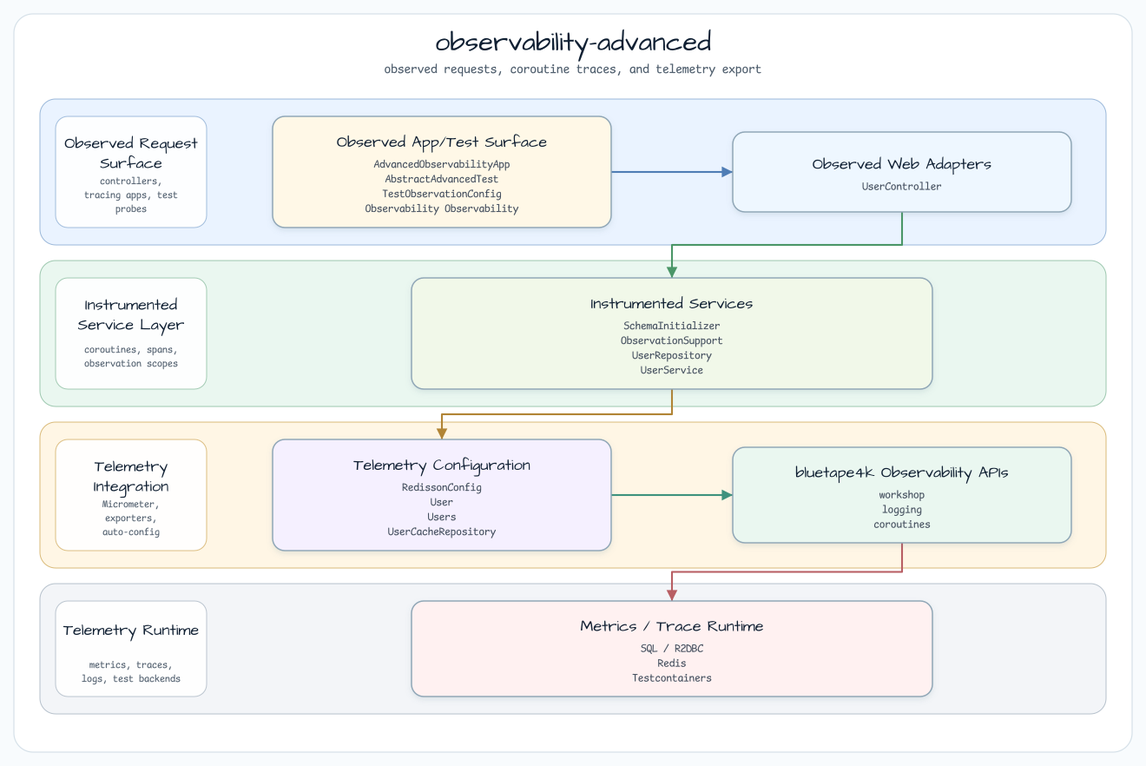
This is docs/images/readme-diagrams/observability-observability-advanced-readme-architecture-01.png from bluetape4k/bluetape4k-workshop, a Graphviz export, as it was before one commit. Its source is kept beside it as docs/images/readme-diagrams/observability-observability-advanced-readme-architecture-01.dot.
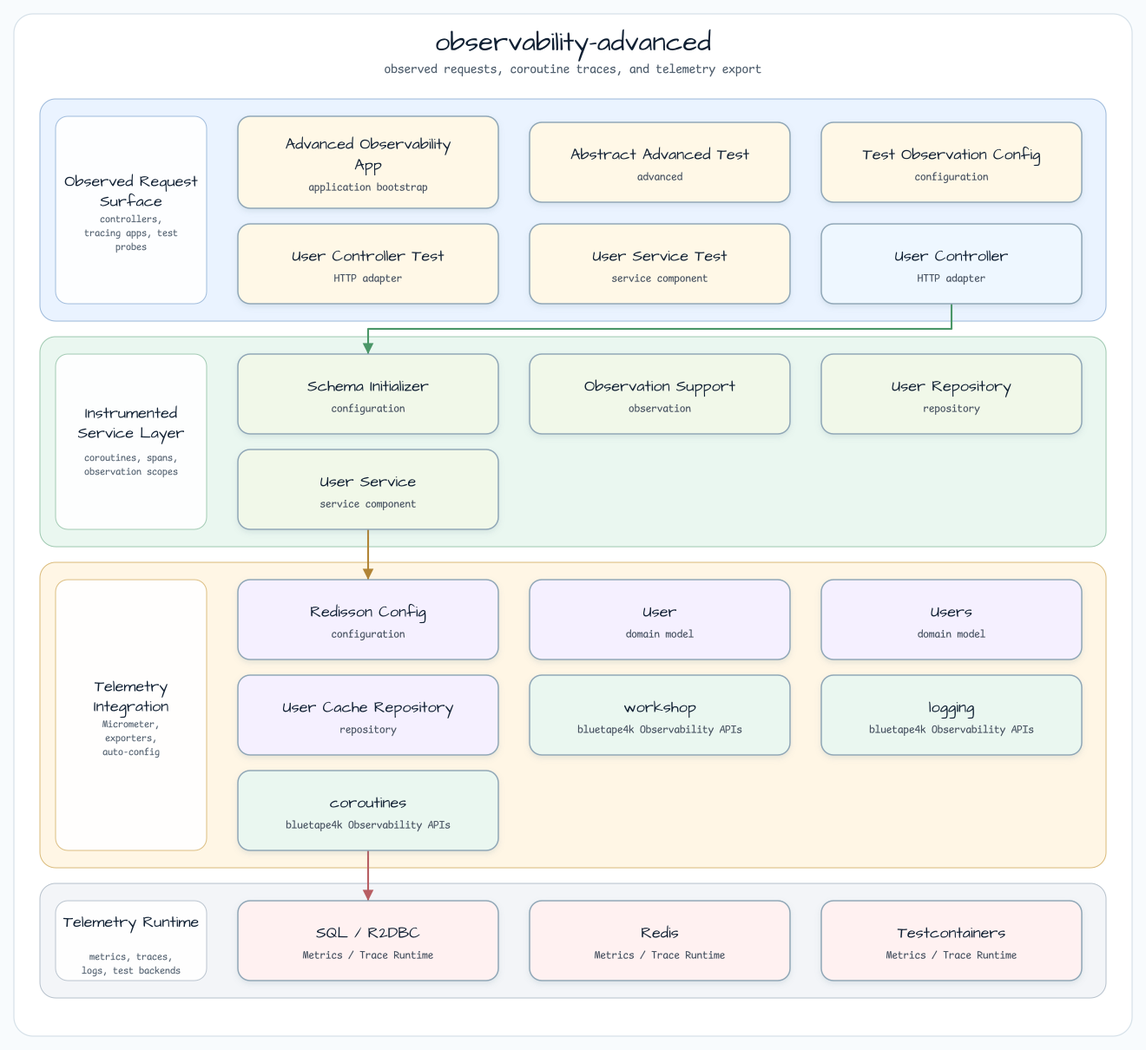
Later version of the same file.

The edit, as a diff of the source:
```diff
@@ -26,16 +26,28 @@
     fontsize=11
   ];
 
-  entry [label="Observed App/Test Surface\nAdvancedObservabilityApp\nAbstractAdvancedTest\nTestObservationConfig\nObservability Observability", fillcolor="#FFF8E7"];
-  api [label="Observed Web Adapters\nUserController", fillcolor="#EEF7FF"];
-  service [label="Instrumented Services\nSchemaInitializer\nObservationSupport\nUserRepository\nUserService", fillcolor="#F1F8E9"];
-  infra [label="Telemetry Configuration\nRedissonConfig\nUser\nUsers\nUserCacheRepository", fillcolor="#F5F0FF"];
-  bt [label="bluetape4k Observability APIs\nworkshop\nlogging\ncoroutines", fillcolor="#EAF7F0"];
-  runtime [label="Metrics / Trace Runtime\nSQL / R2DBC\nRedis\nTestcontainers", fillcolor="#FFF1F1"];
+  entry0 [label="Advanced Observability App\napplication bootstrap", fillcolor="#FFF8E7"];
+  entry1 [label="Abstract Advanced Test\nadvanced", fillcolor="#FFF8E7"];
+  entry2 [label="Test Observation Config\nconfiguration", fillcolor="#FFF8E7"];
+  entry3 [label="User Controller Test\nHTTP adapter", fillcolor="#FFF8E7"];
+  entry4 [label="User Service Test\nservice component", fillcolor="#FFF8E7"];
+  api0 [label="User Controller\nHTTP adapter", fillcolor="#EEF7FF"];
+  service0 [label="Schema Initializer\nconfiguration", fillcolor="#F1F8E9"];
+  service1 [label="Observation Support\nobservation", fillcolor="#F1F8E9"];
+  service2 [label="User Repository\nrepository", fillcolor="#F1F8E9"];
+  service3 [label="User Service\nservice component", fillcolor="#F1F8E9"];
+  infra0 [label="Redisson Config\nconfiguration", fillcolor="#F5F0FF"];
+  infra1 [label="User\ndomain model", fillcolor="#F5F0FF"];
+  infra2 [label="Users\ndomain model", fillcolor="#F5F0FF"];
+  infra3 [label="User Cache Repository\nrepository", fillcolor="#F5F0FF"];
+  bt0 [label="workshop\nbluetape4k Observability APIs", fillcolor="#EAF7F0"];
+  bt1 [label="logging\nbluetape4k Observability APIs", fillcolor="#EAF7F0"];
+  bt2 [label="coroutines\nbluetape4k Observability APIs", fillcolor="#EAF7F0"];
+  runtime0 [label="SQL / R2DBC\nMetrics / Trace Runtime", fillcolor="#FFF1F1"];
+  runtime1 [label="Redis\nMetrics / Trace Runtime", fillcolor="#FFF1F1"];
+  runtime2 [label="Testcontainers\nMetrics / Trace Runtime", fillcolor="#FFF1F1"];
 
-  entry -> api [label="invokes"];
-  api -> service [label="delegates"];
-  service -> infra [label="persists / publishes"];
-  infra -> bt [label="extends"];
-  bt -> runtime [label="adapts"];
+  api0 -> service0 [label="delegates"];
+  service3 -> infra0 [label="persists / publishes"];
+  bt2 -> runtime0 [label="adapts"];
 }
```
